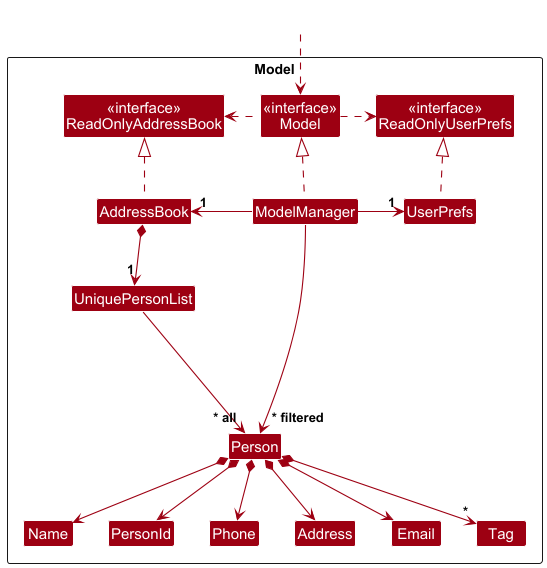
Earlier version of the PlantUML export docs/images/ModelClassDiagram.png (AY2425S2-CS2103T-W13-1/tp).
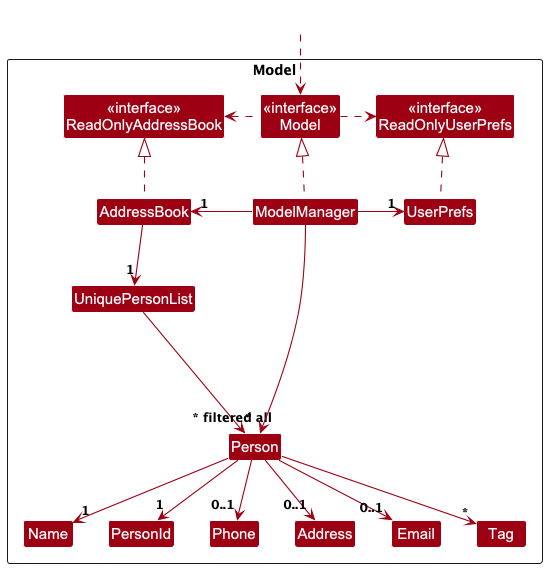
Above is the later version.

Commit message:
Update Model UML diagrams

Diff of the diagram source:
```diff
@@ -36,14 +36,14 @@
 ModelManager -right-> "1" UserPrefs
 UserPrefs .up.|> ReadOnlyUserPrefs
 
-AddressBook *--> "1" UniquePersonList
+AddressBook --> "1" UniquePersonList
 UniquePersonList --> "~* all" Person
-Person *--> Name
-Person *--> Phone
-Person *--> PersonId
-Person *--> Email
-Person *--> Address
-Person *--> "*" Tag
+Person --> "1" Name
+Person --> "0..1" Phone
+Person --> "1" PersonId
+Person --> "0..1" Email
+Person --> "0..1" Address
+Person --> "*" Tag
 
 Person -[hidden]up--> I
 UniquePersonList -[hidden]right-> I
```
